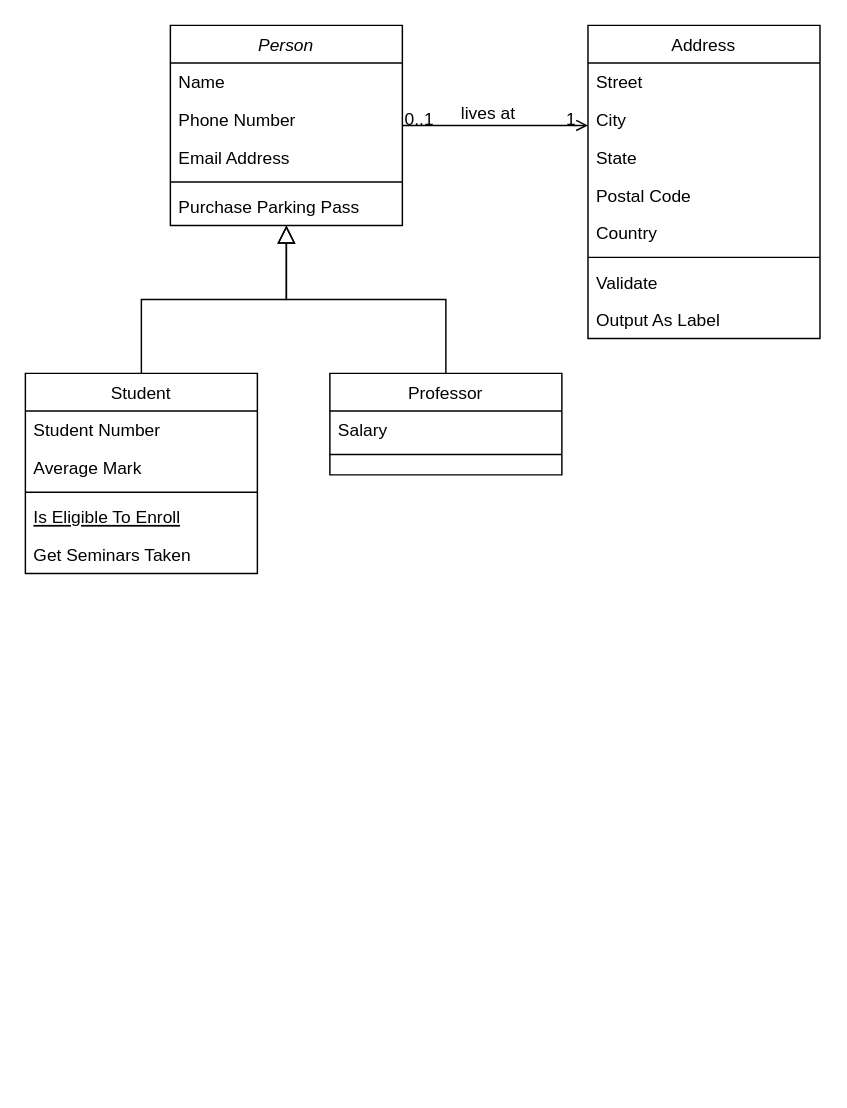
Above: Use-Case-Diagram-Perpus-Digital.drawio in thecoolgeng/perpus-digital (draw.io), before the change. Source tidied: cells renumbered, new cells numbered last; positions are measured from the earlier drawing's top-left corner, leaving out a move shared by most shapes. Both pictures are drawn from the tidied source at 145%, with x=0, y=0 at pixel (25, 25).
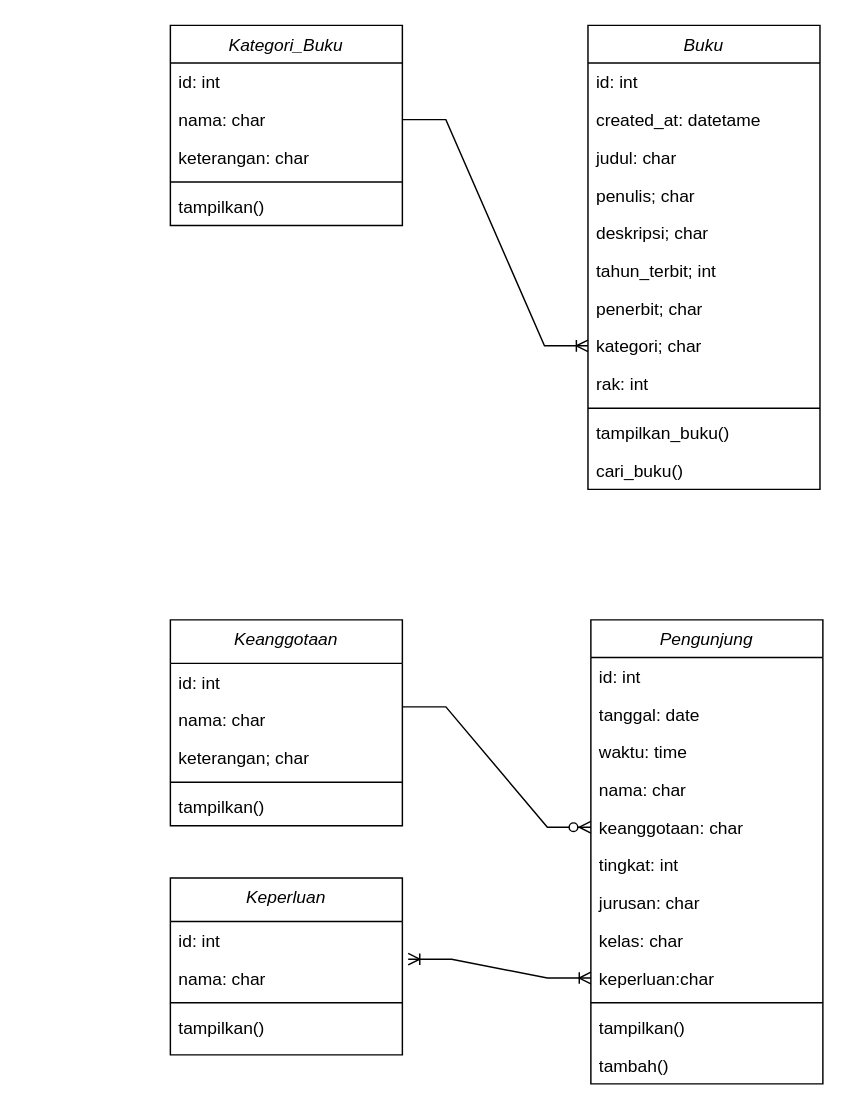
Above is the later version.

The edit, as a diff of the source:
```diff
@@
-    <mxCell id="2" value="Person" style="swimlane;fontStyle=2;align=center;verticalAlign=top;horizontal=1;startSize=26;rounded=0;shadow=0;strokeWidth=1;" parent="1" vertex="1">
+    <mxCell id="2" value="Kategori_Buku" style="swimlane;fontStyle=2;align=center;verticalAlign=top;horizontal=1;startSize=26;rounded=0;shadow=0;strokeWidth=1;" parent="1" vertex="1">
       <mxGeometry x="100" width="160" height="138" as="geometry" />
     </mxCell>
-    <mxCell id="3" value="Name" style="text;align=left;verticalAlign=top;spacingLeft=4;spacingRight=4;overflow=hidden;" parent="2" vertex="1">
+    <mxCell id="3" value="id: int" style="text;align=left;verticalAlign=top;spacingLeft=4;spacingRight=4;overflow=hidden;" parent="2" vertex="1">
       <mxGeometry y="26" width="160" height="26" as="geometry" />
     </mxCell>
-    <mxCell id="4" value="Phone Number" style="text;align=left;verticalAlign=top;spacingLeft=4;spacingRight=4;overflow=hidden;points=[[0,0.5],[1,0.5]];portConstraint=eastwest;rounded=0;shadow=0;html=0;" parent="2" vertex="1">
+    <mxCell id="4" value="nama: char" style="text;align=left;verticalAlign=top;spacingLeft=4;spacingRight=4;overflow=hidden;points=[[0,0.5],[1,0.5]];portConstraint=eastwest;rounded=0;shadow=0;html=0;" parent="2" vertex="1">
       <mxGeometry y="52" width="160" height="26" as="geometry" />
     </mxCell>
-    <mxCell id="5" value="Email Address" style="text;align=left;verticalAlign=top;spacingLeft=4;spacingRight=4;overflow=hidden;rounded=0;shadow=0;html=0;" parent="2" vertex="1">
+    <mxCell id="5" value="keterangan: char" style="text;align=left;verticalAlign=top;spacingLeft=4;spacingRight=4;overflow=hidden;rounded=0;shadow=0;html=0;" parent="2" vertex="1">
       <mxGeometry y="78" width="160" height="26" as="geometry" />
     </mxCell>
@@
-    <mxCell id="7" value="Purchase Parking Pass" style="text;align=left;verticalAlign=top;spacingLeft=4;spacingRight=4;overflow=hidden;" parent="2" vertex="1">
+    <mxCell id="7" value="tampilkan()" style="text;align=left;verticalAlign=top;spacingLeft=4;spacingRight=4;overflow=hidden;" parent="2" vertex="1">
       <mxGeometry y="112" width="160" height="26" as="geometry" />
     </mxCell>
-    <mxCell id="8" value="Student" style="swimlane;fontStyle=0;align=center;verticalAlign=top;horizontal=1;startSize=26;rounded=0;shadow=0;strokeWidth=1;" parent="1" vertex="1">
-      <mxGeometry y="240" width="160" height="138" as="geometry" />
+    <mxCell id="8" value="Keanggotaan" style="swimlane;fontStyle=2;align=center;verticalAlign=top;horizontal=1;startSize=30;rounded=0;shadow=0;strokeWidth=1;" parent="1" vertex="1">
+      <mxGeometry x="100" y="410" width="160" height="142" as="geometry" />
     </mxCell>
-    <mxCell id="9" value="Student Number" style="text;align=left;verticalAlign=top;spacingLeft=4;spacingRight=4;overflow=hidden;" parent="8" vertex="1">
-      <mxGeometry y="26" width="160" height="26" as="geometry" />
+    <mxCell id="9" value="id: int" style="text;align=left;verticalAlign=top;spacingLeft=4;spacingRight=4;overflow=hidden;" parent="8" vertex="1">
+      <mxGeometry y="30" width="160" height="26" as="geometry" />
     </mxCell>
+    <mxCell id="32" value="nama: char" style="text;align=left;verticalAlign=top;spacingLeft=4;spacingRight=4;overflow=hidden;points=[[0,0.5],[1,0.5]];portConstraint=eastwest;rounded=0;shadow=0;html=0;" parent="8" vertex="1">
+      <mxGeometry y="56" width="160" height="26" as="geometry" />
+    </mxCell>
-    <mxCell id="10" value="Average Mark" style="text;align=left;verticalAlign=top;spacingLeft=4;spacingRight=4;overflow=hidden;rounded=0;shadow=0;html=0;" parent="8" vertex="1">
-      <mxGeometry y="52" width="160" height="26" as="geometry" />
+    <mxCell id="10" value="keterangan; char" style="text;align=left;verticalAlign=top;spacingLeft=4;spacingRight=4;overflow=hidden;rounded=0;shadow=0;html=0;" parent="8" vertex="1">
+      <mxGeometry y="82" width="160" height="26" as="geometry" />
     </mxCell>
     <mxCell id="11" style="line;html=1;strokeWidth=1;align=left;verticalAlign=middle;spacingTop=-1;spacingLeft=3;spacingRight=3;labelPosition=right;" parent="8" vertex="1">
-      <mxGeometry y="78" width="160" height="8" as="geometry" />
+      <mxGeometry y="108" width="160" height="8" as="geometry" />
     </mxCell>
-    <mxCell id="12" value="Is Eligible To Enroll" style="text;align=left;verticalAlign=top;spacingLeft=4;spacingRight=4;overflow=hidden;fontStyle=4;" parent="8" vertex="1">
-      <mxGeometry y="86" width="160" height="26" as="geometry" />
+    <mxCell id="12" value="tampilkan()" style="text;align=left;verticalAlign=top;spacingLeft=4;spacingRight=4;overflow=hidden;fontStyle=0;" parent="8" vertex="1">
+      <mxGeometry y="116" width="160" height="26" as="geometry" />
     </mxCell>
-    <mxCell id="13" value="Get Seminars Taken" style="text;align=left;verticalAlign=top;spacingLeft=4;spacingRight=4;overflow=hidden;" parent="8" vertex="1">
-      <mxGeometry y="112" width="160" height="26" as="geometry" />
-    </mxCell>
-    <mxCell id="14" style="endArrow=block;endSize=10;endFill=0;shadow=0;strokeWidth=1;rounded=0;edgeStyle=elbowEdgeStyle;elbow=vertical;" parent="1" edge="1" source="8" target="2">
-      <mxGeometry relative="1" as="geometry" />
-    </mxCell>
-    <mxCell id="15" value="Professor" style="swimlane;fontStyle=0;align=center;verticalAlign=top;horizontal=1;startSize=26;rounded=0;shadow=0;strokeWidth=1;" parent="1" vertex="1">
-      <mxGeometry x="210" y="240" width="160" height="70" as="geometry" />
-    </mxCell>
-    <mxCell id="16" value="Salary" style="text;align=left;verticalAlign=top;spacingLeft=4;spacingRight=4;overflow=hidden;" parent="15" vertex="1">
-      <mxGeometry y="26" width="160" height="26" as="geometry" />
-    </mxCell>
-    <mxCell id="17" style="line;html=1;strokeWidth=1;align=left;verticalAlign=middle;spacingTop=-1;spacingLeft=3;spacingRight=3;labelPosition=right;" parent="15" vertex="1">
-      <mxGeometry y="52" width="160" height="8" as="geometry" />
-    </mxCell>
-    <mxCell id="18" style="endArrow=block;endSize=10;endFill=0;shadow=0;strokeWidth=1;rounded=0;edgeStyle=elbowEdgeStyle;elbow=vertical;" parent="1" edge="1" source="15" target="2">
-      <mxGeometry relative="1" as="geometry" />
-    </mxCell>
-    <mxCell id="19" value="Address" style="swimlane;fontStyle=0;align=center;verticalAlign=top;horizontal=1;startSize=26;rounded=0;shadow=0;strokeWidth=1;" parent="1" vertex="1">
-      <mxGeometry x="388" width="160" height="216" as="geometry" />
+    <mxCell id="19" value="Buku" style="swimlane;fontStyle=2;align=center;verticalAlign=top;horizontal=1;startSize=26;rounded=0;shadow=0;strokeWidth=1;" parent="1" vertex="1">
+      <mxGeometry x="388" width="160" height="320" as="geometry" />
     </mxCell>
-    <mxCell id="20" value="Street" style="text;align=left;verticalAlign=top;spacingLeft=4;spacingRight=4;overflow=hidden;" parent="19" vertex="1">
+    <mxCell id="20" value="id: int" style="text;align=left;verticalAlign=top;spacingLeft=4;spacingRight=4;overflow=hidden;" parent="19" vertex="1">
       <mxGeometry y="26" width="160" height="26" as="geometry" />
     </mxCell>
-    <mxCell id="21" value="City" style="text;align=left;verticalAlign=top;spacingLeft=4;spacingRight=4;overflow=hidden;rounded=0;shadow=0;html=0;" parent="19" vertex="1">
+    <mxCell id="21" value="created_at: datetame" style="text;align=left;verticalAlign=top;spacingLeft=4;spacingRight=4;overflow=hidden;rounded=0;shadow=0;html=0;" parent="19" vertex="1">
       <mxGeometry y="52" width="160" height="26" as="geometry" />
     </mxCell>
-    <mxCell id="22" value="State" style="text;align=left;verticalAlign=top;spacingLeft=4;spacingRight=4;overflow=hidden;rounded=0;shadow=0;html=0;" parent="19" vertex="1">
+    <mxCell id="22" value="judul: char" style="text;align=left;verticalAlign=top;spacingLeft=4;spacingRight=4;overflow=hidden;rounded=0;shadow=0;html=0;" parent="19" vertex="1">
       <mxGeometry y="78" width="160" height="26" as="geometry" />
     </mxCell>
-    <mxCell id="23" value="Postal Code" style="text;align=left;verticalAlign=top;spacingLeft=4;spacingRight=4;overflow=hidden;rounded=0;shadow=0;html=0;" parent="19" vertex="1">
+    <mxCell id="23" value="penulis; char" style="text;align=left;verticalAlign=top;spacingLeft=4;spacingRight=4;overflow=hidden;rounded=0;shadow=0;html=0;" parent="19" vertex="1">
       <mxGeometry y="104" width="160" height="26" as="geometry" />
     </mxCell>
-    <mxCell id="24" value="Country" style="text;align=left;verticalAlign=top;spacingLeft=4;spacingRight=4;overflow=hidden;rounded=0;shadow=0;html=0;" parent="19" vertex="1">
+    <mxCell id="24" value="deskripsi; char&#10;" style="text;align=left;verticalAlign=top;spacingLeft=4;spacingRight=4;overflow=hidden;rounded=0;shadow=0;html=0;" parent="19" vertex="1">
       <mxGeometry y="130" width="160" height="26" as="geometry" />
     </mxCell>
+    <mxCell id="33" value="tahun_terbit; int" style="text;align=left;verticalAlign=top;spacingLeft=4;spacingRight=4;overflow=hidden;rounded=0;shadow=0;html=0;" parent="19" vertex="1">
+      <mxGeometry y="156" width="160" height="26" as="geometry" />
+    </mxCell>
+    <mxCell id="34" value="penerbit; char" style="text;align=left;verticalAlign=top;spacingLeft=4;spacingRight=4;overflow=hidden;rounded=0;shadow=0;html=0;" parent="19" vertex="1">
+      <mxGeometry y="182" width="160" height="26" as="geometry" />
+    </mxCell>
+    <mxCell id="35" value="kategori; char" style="text;align=left;verticalAlign=top;spacingLeft=4;spacingRight=4;overflow=hidden;points=[[0,0.5],[1,0.5]];portConstraint=eastwest;rounded=0;shadow=0;html=0;" parent="19" vertex="1">
+      <mxGeometry y="208" width="160" height="26" as="geometry" />
+    </mxCell>
+    <mxCell id="36" value="rak: int" style="text;align=left;verticalAlign=top;spacingLeft=4;spacingRight=4;overflow=hidden;rounded=0;shadow=0;html=0;" parent="19" vertex="1">
+      <mxGeometry y="234" width="160" height="26" as="geometry" />
+    </mxCell>
     <mxCell id="25" style="line;html=1;strokeWidth=1;align=left;verticalAlign=middle;spacingTop=-1;spacingLeft=3;spacingRight=3;labelPosition=right;" parent="19" vertex="1">
-      <mxGeometry y="156" width="160" height="8" as="geometry" />
+      <mxGeometry y="260" width="160" height="8" as="geometry" />
     </mxCell>
-    <mxCell id="26" value="Validate" style="text;align=left;verticalAlign=top;spacingLeft=4;spacingRight=4;overflow=hidden;" parent="19" vertex="1">
-      <mxGeometry y="164" width="160" height="26" as="geometry" />
+    <mxCell id="26" value="tampilkan_buku()" style="text;align=left;verticalAlign=top;spacingLeft=4;spacingRight=4;overflow=hidden;" parent="19" vertex="1">
+      <mxGeometry y="268" width="160" height="26" as="geometry" />
     </mxCell>
-    <mxCell id="27" value="Output As Label" style="text;align=left;verticalAlign=top;spacingLeft=4;spacingRight=4;overflow=hidden;" parent="19" vertex="1">
-      <mxGeometry y="190" width="160" height="26" as="geometry" />
+    <mxCell id="27" value="cari_buku()" style="text;align=left;verticalAlign=top;spacingLeft=4;spacingRight=4;overflow=hidden;" parent="19" vertex="1">
+      <mxGeometry y="294" width="160" height="26" as="geometry" />
     </mxCell>
-    <mxCell id="28" style="endArrow=open;shadow=0;strokeWidth=1;rounded=0;endFill=1;edgeStyle=elbowEdgeStyle;elbow=vertical;" parent="1" edge="1" source="2" target="19">
-      <mxGeometry x="0.5" y="41" relative="1" as="geometry">
-        <mxPoint x="-40" y="32" as="offset" />
-      </mxGeometry>
-    </mxCell>
-    <mxCell id="29" value="0..1" style="align=left;verticalAlign=bottom;labelBackgroundColor=none;fontSize=12;" parent="28" vertex="1">
-      <mxGeometry x="-1" relative="1" as="geometry">
-        <mxPoint y="4" as="offset" />
-      </mxGeometry>
-    </mxCell>
-    <mxCell id="30" value="1" style="align=right;verticalAlign=bottom;labelBackgroundColor=none;fontSize=12;" parent="28" vertex="1">
-      <mxGeometry x="1" relative="1" as="geometry">
-        <mxPoint x="-7" y="4" as="offset" />
-      </mxGeometry>
-    </mxCell>
-    <mxCell id="31" value="lives at" style="text;html=1;align=center;verticalAlign=middle;labelBackgroundColor=none;rounded=0;shadow=0;strokeWidth=1;fontSize=12;" parent="28" vertex="1">
-      <mxGeometry x="0.5" y="49" relative="1" as="geometry">
-        <mxPoint x="-38" y="40" as="offset" />
-      </mxGeometry>
-    </mxCell>
+    <mxCell id="37" value="Pengunjung" style="swimlane;fontStyle=2;align=center;verticalAlign=top;horizontal=1;startSize=26;rounded=0;shadow=0;strokeWidth=1;" parent="1" vertex="1">
+      <mxGeometry x="390" y="410" width="160" height="320" as="geometry" />
+    </mxCell>
+    <mxCell id="38" value="id: int" style="text;align=left;verticalAlign=top;spacingLeft=4;spacingRight=4;overflow=hidden;" parent="37" vertex="1">
+      <mxGeometry y="26" width="160" height="26" as="geometry" />
+    </mxCell>
+    <mxCell id="39" value="tanggal: date" style="text;align=left;verticalAlign=top;spacingLeft=4;spacingRight=4;overflow=hidden;rounded=0;shadow=0;html=0;" parent="37" vertex="1">
+      <mxGeometry y="52" width="160" height="26" as="geometry" />
+    </mxCell>
+    <mxCell id="40" value="waktu: time" style="text;align=left;verticalAlign=top;spacingLeft=4;spacingRight=4;overflow=hidden;rounded=0;shadow=0;html=0;" parent="37" vertex="1">
+      <mxGeometry y="78" width="160" height="26" as="geometry" />
+    </mxCell>
+    <mxCell id="41" value="nama: char" style="text;align=left;verticalAlign=top;spacingLeft=4;spacingRight=4;overflow=hidden;rounded=0;shadow=0;html=0;" parent="37" vertex="1">
+      <mxGeometry y="104" width="160" height="26" as="geometry" />
+    </mxCell>
+    <mxCell id="42" value="keanggotaan: char" style="text;align=left;verticalAlign=top;spacingLeft=4;spacingRight=4;overflow=hidden;points=[[0,0.5],[1,0.5]];portConstraint=eastwest;rounded=0;shadow=0;html=0;" parent="37" vertex="1">
+      <mxGeometry y="130" width="160" height="26" as="geometry" />
+    </mxCell>
+    <mxCell id="43" value="tingkat: int" style="text;align=left;verticalAlign=top;spacingLeft=4;spacingRight=4;overflow=hidden;rounded=0;shadow=0;html=0;" parent="37" vertex="1">
+      <mxGeometry y="156" width="160" height="26" as="geometry" />
+    </mxCell>
+    <mxCell id="44" value="jurusan: char" style="text;align=left;verticalAlign=top;spacingLeft=4;spacingRight=4;overflow=hidden;rounded=0;shadow=0;html=0;" parent="37" vertex="1">
+      <mxGeometry y="182" width="160" height="26" as="geometry" />
+    </mxCell>
+    <mxCell id="45" value="kelas: char" style="text;align=left;verticalAlign=top;spacingLeft=4;spacingRight=4;overflow=hidden;rounded=0;shadow=0;html=0;" parent="37" vertex="1">
+      <mxGeometry y="208" width="160" height="26" as="geometry" />
+    </mxCell>
+    <mxCell id="46" value="keperluan:char" style="text;align=left;verticalAlign=top;spacingLeft=4;spacingRight=4;overflow=hidden;points=[[0,0.5],[1,0.5]];portConstraint=eastwest;rounded=0;shadow=0;html=0;" parent="37" vertex="1">
+      <mxGeometry y="234" width="160" height="26" as="geometry" />
+    </mxCell>
+    <mxCell id="47" style="line;html=1;strokeWidth=1;align=left;verticalAlign=middle;spacingTop=-1;spacingLeft=3;spacingRight=3;labelPosition=right;" parent="37" vertex="1">
+      <mxGeometry y="260" width="160" height="8" as="geometry" />
+    </mxCell>
+    <mxCell id="48" value="tampilkan()" style="text;align=left;verticalAlign=top;spacingLeft=4;spacingRight=4;overflow=hidden;" parent="37" vertex="1">
+      <mxGeometry y="268" width="160" height="26" as="geometry" />
+    </mxCell>
+    <mxCell id="49" value="tambah()" style="text;align=left;verticalAlign=top;spacingLeft=4;spacingRight=4;overflow=hidden;" parent="37" vertex="1">
+      <mxGeometry y="294" width="160" height="26" as="geometry" />
+    </mxCell>
+    <mxCell id="50" value="Keperluan" style="swimlane;fontStyle=2;align=center;verticalAlign=top;horizontal=1;startSize=30;rounded=0;shadow=0;strokeWidth=1;" parent="1" vertex="1">
+      <mxGeometry x="100" y="588" width="160" height="122" as="geometry" />
+    </mxCell>
+    <mxCell id="51" value="id: int" style="text;align=left;verticalAlign=top;spacingLeft=4;spacingRight=4;overflow=hidden;" parent="50" vertex="1">
+      <mxGeometry y="30" width="160" height="26" as="geometry" />
+    </mxCell>
+    <mxCell id="52" value="nama: char" style="text;align=left;verticalAlign=top;spacingLeft=4;spacingRight=4;overflow=hidden;points=[[0,0.5],[1,0.5]];portConstraint=eastwest;rounded=0;shadow=0;html=0;" parent="50" vertex="1">
+      <mxGeometry y="56" width="160" height="26" as="geometry" />
+    </mxCell>
+    <mxCell id="53" style="line;html=1;strokeWidth=1;align=left;verticalAlign=middle;spacingTop=-1;spacingLeft=3;spacingRight=3;labelPosition=right;" parent="50" vertex="1">
+      <mxGeometry y="82" width="160" height="8" as="geometry" />
+    </mxCell>
+    <mxCell id="54" value="tampilkan()" style="text;align=left;verticalAlign=top;spacingLeft=4;spacingRight=4;overflow=hidden;fontStyle=0;" parent="50" vertex="1">
+      <mxGeometry y="90" width="160" height="20" as="geometry" />
+    </mxCell>
+    <mxCell id="55" style="edgeStyle=entityRelationEdgeStyle;fontSize=12;html=1;endArrow=ERoneToMany;rounded=0;entryX=0;entryY=0.5;entryDx=0;entryDy=0;" parent="1" edge="1" source="4" target="35">
+      <mxGeometry relative="1" as="geometry" />
+    </mxCell>
+    <mxCell id="56" style="edgeStyle=entityRelationEdgeStyle;fontSize=12;html=1;endArrow=ERzeroToMany;endFill=1;rounded=0;exitX=1;exitY=0.154;exitDx=0;exitDy=0;exitPerimeter=0;entryX=0;entryY=0.5;entryDx=0;entryDy=0;" parent="1" edge="1" source="32" target="42">
+      <mxGeometry relative="1" as="geometry" />
+    </mxCell>
+    <mxCell id="57" style="edgeStyle=entityRelationEdgeStyle;fontSize=12;html=1;endArrow=ERoneToMany;startArrow=ERoneToMany;rounded=0;exitX=1.025;exitY=0;exitDx=0;exitDy=0;exitPerimeter=0;entryX=0;entryY=0.5;entryDx=0;entryDy=0;" parent="1" edge="1" source="52" target="46">
+      <mxGeometry relative="1" as="geometry" />
+    </mxCell>
```
